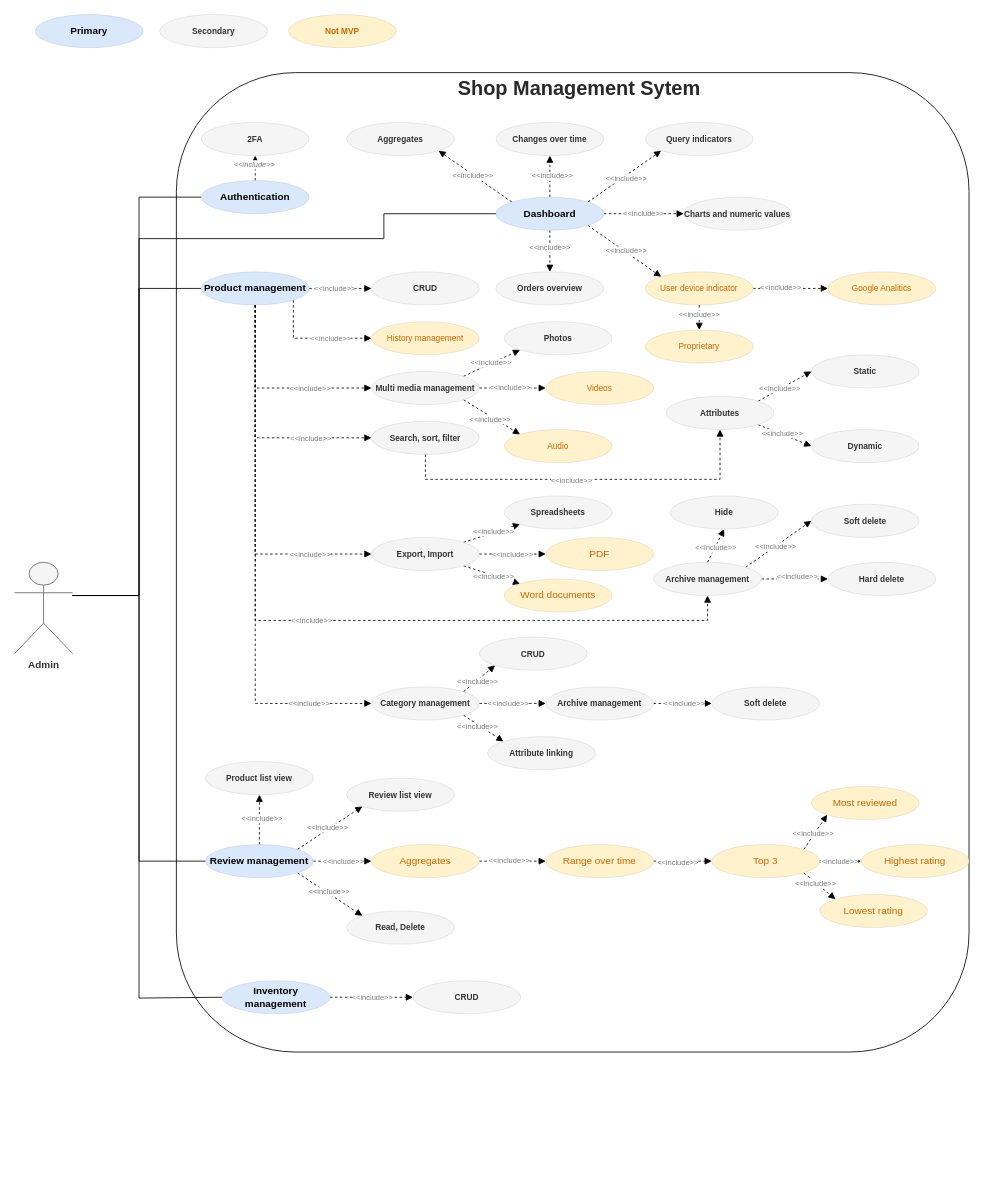
Before: page "[USECASE] Shop Management System" (1 of 2) of architecture/UseCases.drawio in average-js-enjoyers/average-js-webshop, a draw.io diagram. Source tidied: cells renumbered, new cells numbered last; positions are measured from the earlier drawing's top-left corner, leaving out a move shared by most shapes. Both pictures are drawn from the tidied source at 83%, with x=0, y=0 at pixel (14, 14).
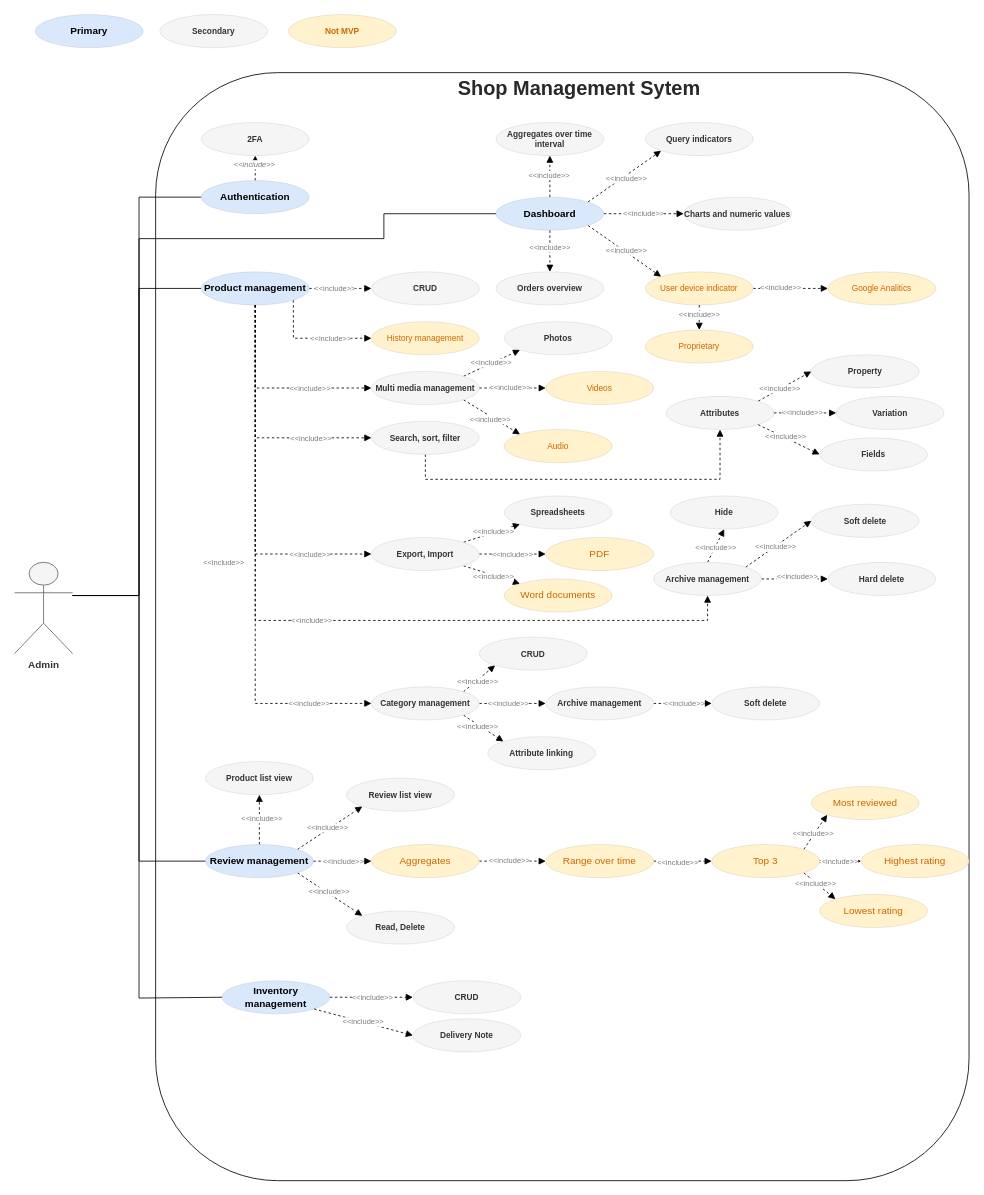
The same page after the edit.

The change refers to these unchanged cells:
```xml
<mxCell id="25" value="Dashboard" style="ellipse;whiteSpace=wrap;html=1;fontStyle=1;strokeWidth=0;fillColor=#dae8fc;strokeColor=default;" parent="1" vertex="1">
  <mxGeometry x="580" y="220" width="130" height="40" as="geometry" />
</mxCell>
<mxCell id="65" style="edgeStyle=orthogonalEdgeStyle;shape=connector;rounded=0;jettySize=auto;html=1;exitX=0.5;exitY=1;exitDx=0;exitDy=0;entryX=0.5;entryY=1;entryDx=0;entryDy=0;dashed=1;labelBackgroundColor=default;strokeColor=default;align=center;verticalAlign=middle;fontFamily=Helvetica;fontSize=9;fontColor=#7A7A7A;endArrow=block;endFill=1;" parent="1" edge="1" source="67" target="100">
  <mxGeometry relative="1" as="geometry">
    <Array as="points">
      <mxPoint x="495" y="560" />
      <mxPoint x="850" y="560" />
    </Array>
  </mxGeometry>
</mxCell>
<mxCell id="100" value="Attributes" style="ellipse;whiteSpace=wrap;html=1;fontSize=10;fillColor=#f5f5f5;fontColor=#333333;strokeWidth=0;fontStyle=1;" parent="1" vertex="1">
  <mxGeometry x="785" y="460" width="130" height="40" as="geometry" />
</mxCell>
<mxCell id="137" value="Inventory management" style="ellipse;whiteSpace=wrap;html=1;fillColor=#dae8fc;labelBackgroundColor=none;strokeWidth=0;fontStyle=1;" parent="1" vertex="1">
  <mxGeometry x="250" y="1164" width="130" height="40" as="geometry" />
</mxCell>
```

Diff of the diagram source:
```diff
@@
     <mxCell id="2" style="rounded=1;whiteSpace=wrap;html=1;labelBackgroundColor=none;align=center;verticalAlign=middle;fontFamily=Helvetica;fontSize=9;fontColor=none;fillColor=default;gradientColor=none;noLabel=1;" parent="1" vertex="1">
-      <mxGeometry x="195" y="70" width="955" height="1180" as="geometry" />
+      <mxGeometry x="170" y="70" width="980" height="1335" as="geometry" />
     </mxCell>
@@
-    <mxCell id="13" style="edgeStyle=none;shape=connector;rounded=0;jettySize=auto;html=1;exitX=0.5;exitY=0;exitDx=0;exitDy=0;entryX=0.5;entryY=1;entryDx=0;entryDy=0;dashed=1;labelBackgroundColor=default;strokeColor=default;align=center;verticalAlign=middle;fontFamily=Helvetica;fontSize=11;fontColor=default;endArrow=block;endFill=1;" parent="1" edge="1" source="25" target="27">
-      <mxGeometry relative="1" as="geometry" />
-    </mxCell>
-    <mxCell id="14" value="&amp;lt;&amp;lt;include&amp;gt;&amp;gt;" style="edgeLabel;html=1;align=center;verticalAlign=middle;fontSize=9;fontFamily=Helvetica;fontColor=#7A7A7A;" parent="13" vertex="1">
-      <mxGeometry x="0.05" y="-2" relative="1" as="geometry" />
-    </mxCell>
@@
-    <mxCell id="23" style="edgeStyle=none;shape=connector;rounded=0;jettySize=auto;html=1;exitX=0;exitY=0;exitDx=0;exitDy=0;entryX=1;entryY=1;entryDx=0;entryDy=0;dashed=1;labelBackgroundColor=default;strokeColor=default;align=center;verticalAlign=middle;fontFamily=Helvetica;fontSize=9;fontColor=#7A7A7A;endArrow=block;endFill=1;" parent="1" edge="1" source="25" target="26">
+    <mxCell id="23" style="edgeStyle=none;shape=connector;rounded=0;jettySize=auto;html=1;exitX=0.5;exitY=0;exitDx=0;exitDy=0;entryX=0.5;entryY=1;entryDx=0;entryDy=0;dashed=1;labelBackgroundColor=default;strokeColor=default;align=center;verticalAlign=middle;fontFamily=Helvetica;fontSize=9;fontColor=#7A7A7A;endArrow=block;endFill=1;" parent="1" edge="1" source="25" target="26">
       <mxGeometry relative="1" as="geometry" />
     </mxCell>
@@
-    <mxCell id="26" value="Aggregates" style="ellipse;whiteSpace=wrap;html=1;fontSize=10;fillColor=#f5f5f5;strokeColor=default;fontColor=#333333;labelBackgroundColor=none;fontStyle=1;strokeWidth=0;" parent="1" vertex="1">
-      <mxGeometry x="400" y="130" width="130" height="40" as="geometry" />
+    <mxCell id="26" value="Aggregates over time interval" style="ellipse;whiteSpace=wrap;html=1;fontSize=10;fillColor=#f5f5f5;strokeColor=default;fontColor=#333333;labelBackgroundColor=none;fontStyle=1;strokeWidth=0;" parent="1" vertex="1">
+      <mxGeometry x="580" y="130" width="130" height="40" as="geometry" />
     </mxCell>
-    <mxCell id="27" value="Changes over time" style="ellipse;whiteSpace=wrap;html=1;fontSize=10;fillColor=#f5f5f5;strokeColor=default;fontColor=#333333;labelBackgroundColor=none;fontStyle=1;strokeWidth=0;" parent="1" vertex="1">
-      <mxGeometry x="580" y="130" width="130" height="40" as="geometry" />
-    </mxCell>
@@
     <mxCell id="66" value="&amp;lt;&amp;lt;include&amp;gt;&amp;gt;" style="edgeLabel;html=1;align=center;verticalAlign=middle;fontSize=9;fontFamily=Helvetica;fontColor=#7A7A7A;" parent="65" vertex="1">
-      <mxGeometry x="-0.08" y="-1" relative="1" as="geometry" />
+      <mxGeometry x="-0.08" y="-1" relative="1" as="geometry">
+        <mxPoint x="-419" y="99" as="offset" />
+      </mxGeometry>
     </mxCell>
@@
-    <mxCell id="98" style="edgeStyle=none;shape=connector;rounded=0;jettySize=auto;html=1;exitX=1;exitY=1;exitDx=0;exitDy=0;entryX=0;entryY=0.5;entryDx=0;entryDy=0;dashed=1;labelBackgroundColor=default;strokeColor=default;align=center;verticalAlign=middle;fontFamily=Helvetica;fontSize=9;fontColor=#7A7A7A;endArrow=block;endFill=1;" parent="1" edge="1" source="100" target="102">
+    <mxCell id="98" style="edgeStyle=none;shape=connector;rounded=0;jettySize=auto;html=1;exitX=1;exitY=0.5;exitDx=0;exitDy=0;entryX=0;entryY=0.5;entryDx=0;entryDy=0;dashed=1;labelBackgroundColor=default;strokeColor=default;align=center;verticalAlign=middle;fontFamily=Helvetica;fontSize=9;fontColor=#7A7A7A;endArrow=block;endFill=1;" parent="1" edge="1" source="100" target="102">
       <mxGeometry relative="1" as="geometry" />
     </mxCell>
@@
-    <mxCell id="101" value="Static" style="ellipse;whiteSpace=wrap;html=1;fontSize=10;fillColor=#f5f5f5;fontColor=#333333;strokeWidth=0;fontStyle=1;" parent="1" vertex="1">
+    <mxCell id="101" value="Property" style="ellipse;whiteSpace=wrap;html=1;fontSize=10;fillColor=#f5f5f5;fontColor=#333333;strokeWidth=0;fontStyle=1;" parent="1" vertex="1">
       <mxGeometry x="960" y="410" width="130" height="40" as="geometry" />
     </mxCell>
-    <mxCell id="102" value="Dynamic" style="ellipse;whiteSpace=wrap;html=1;fontSize=10;fillColor=#f5f5f5;fontColor=#333333;strokeWidth=0;fontStyle=1;" parent="1" vertex="1">
-      <mxGeometry x="960" y="500" width="130" height="40" as="geometry" />
+    <mxCell id="102" value="Variation" style="ellipse;whiteSpace=wrap;html=1;fontSize=10;fillColor=#f5f5f5;fontColor=#333333;strokeWidth=0;fontStyle=1;" parent="1" vertex="1">
+      <mxGeometry x="990" y="460" width="130" height="40" as="geometry" />
     </mxCell>
@@
+    <mxCell id="145" value="Fields" style="ellipse;whiteSpace=wrap;html=1;fontSize=10;fillColor=#f5f5f5;fontColor=#333333;strokeWidth=0;fontStyle=1;" parent="1" vertex="1">
+      <mxGeometry x="970" y="510" width="130" height="40" as="geometry" />
+    </mxCell>
+    <mxCell id="146" style="edgeStyle=none;shape=connector;rounded=0;jettySize=auto;html=1;exitX=1;exitY=1;exitDx=0;exitDy=0;entryX=0;entryY=0.5;entryDx=0;entryDy=0;dashed=1;labelBackgroundColor=default;strokeColor=default;align=center;verticalAlign=middle;fontFamily=Helvetica;fontSize=9;fontColor=#7A7A7A;endArrow=block;endFill=1;" parent="1" edge="1" source="100" target="145">
+      <mxGeometry relative="1" as="geometry" />
+    </mxCell>
+    <mxCell id="147" value="&amp;lt;&amp;lt;include&amp;gt;&amp;gt;" style="edgeLabel;html=1;align=center;verticalAlign=middle;fontSize=9;fontFamily=Helvetica;fontColor=#7A7A7A;" parent="146" vertex="1">
+      <mxGeometry x="-0.12" y="1" relative="1" as="geometry" />
+    </mxCell>
+    <mxCell id="148" value="Delivery Note" style="ellipse;whiteSpace=wrap;html=1;fontSize=10;fillColor=#f5f5f5;fontColor=#333333;strokeWidth=0;fontStyle=1;" parent="1" vertex="1">
+      <mxGeometry x="480" y="1210" width="130" height="40" as="geometry" />
+    </mxCell>
+    <mxCell id="149" style="edgeStyle=none;shape=connector;rounded=0;jettySize=auto;html=1;exitX=1;exitY=1;exitDx=0;exitDy=0;entryX=0;entryY=0.5;entryDx=0;entryDy=0;dashed=1;labelBackgroundColor=default;strokeColor=default;align=center;verticalAlign=middle;fontFamily=Helvetica;fontSize=9;fontColor=#7A7A7A;endArrow=block;endFill=1;" parent="1" edge="1" source="137" target="148">
+      <mxGeometry relative="1" as="geometry" />
+    </mxCell>
+    <mxCell id="150" value="&amp;lt;&amp;lt;include&amp;gt;&amp;gt;" style="edgeLabel;html=1;align=center;verticalAlign=middle;fontSize=9;fontFamily=Helvetica;fontColor=#7A7A7A;" parent="149" vertex="1">
+      <mxGeometry x="-0.01" relative="1" as="geometry" />
+    </mxCell>
```
